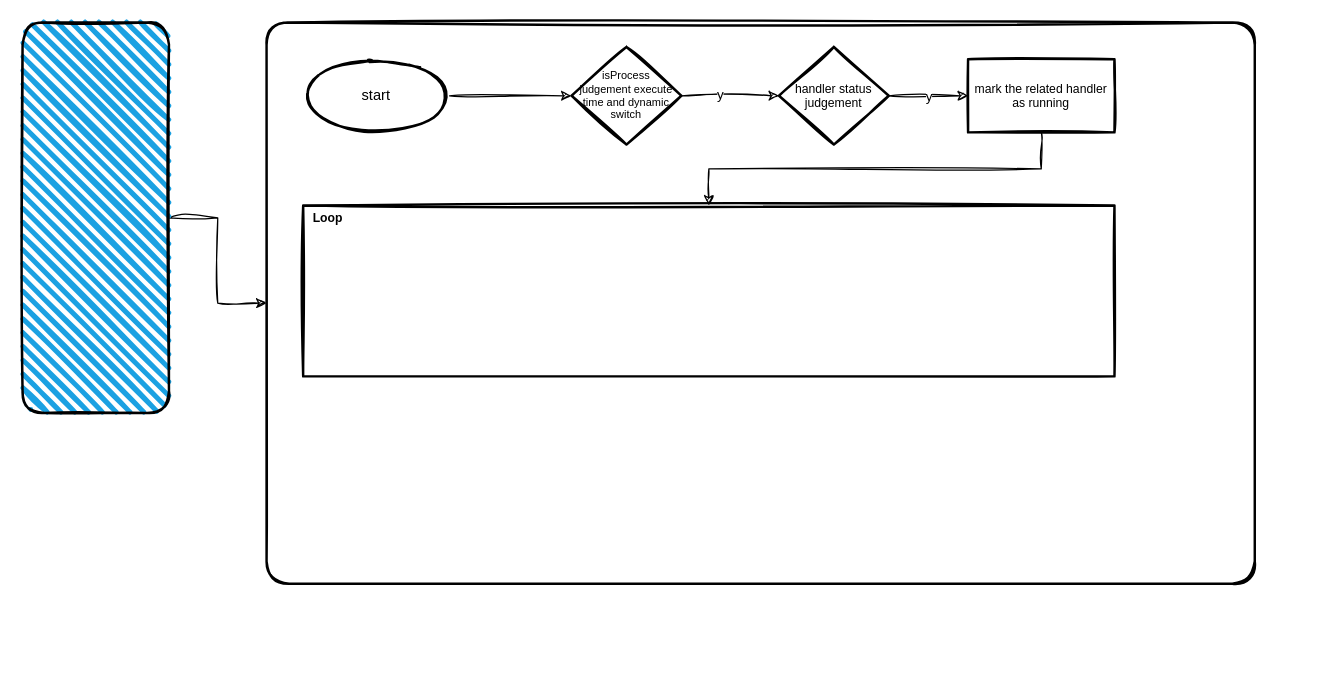
Before: PnL archive Diagram.drawio in liusiyu114/draw.io, a draw.io diagram. Source tidied: cells renumbered, new cells numbered last; positions are measured from the earlier drawing's top-left corner, leaving out a move shared by most shapes. Both pictures are drawn from the tidied source at 122%, with x=0, y=0 at pixel (22, 22).
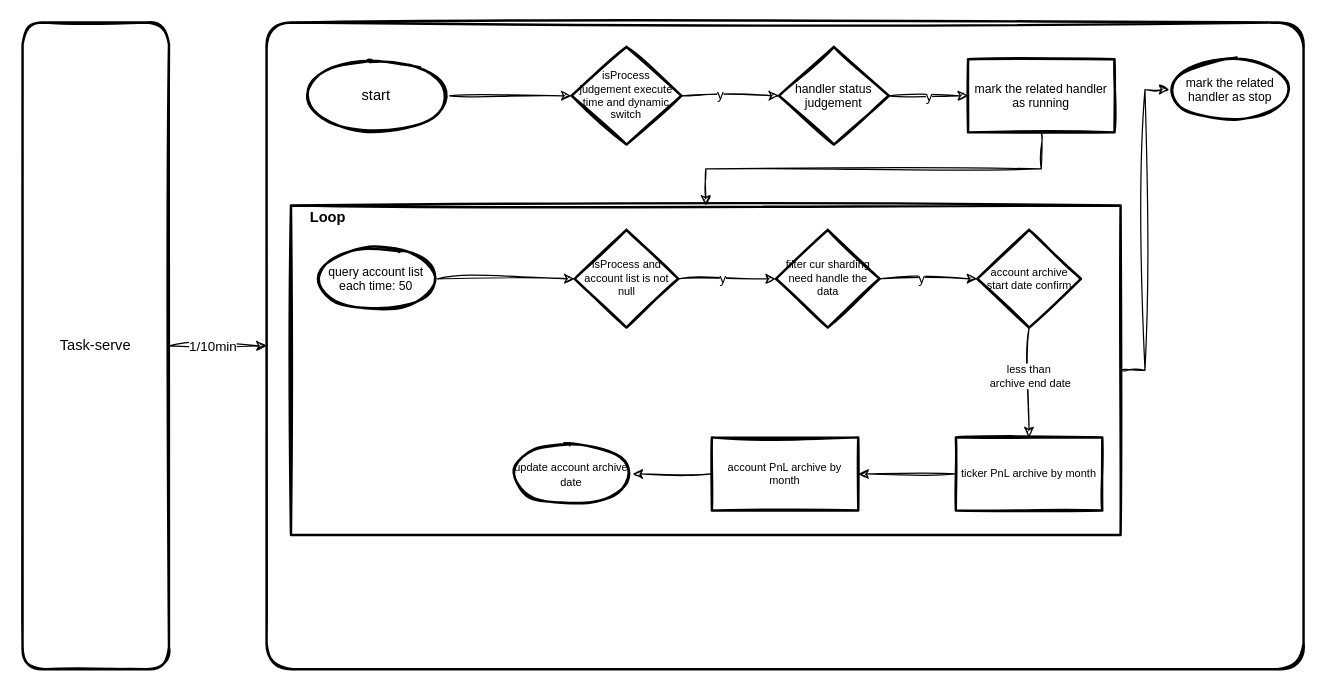
The same page after the edit.

Unchanged cells that the change refers to:
```xml
<mxCell id="2" style="edgeStyle=orthogonalEdgeStyle;rounded=0;jettySize=auto;html=1;sketch=1;curveFitting=1;jiggle=2;" parent="1" edge="1" source="3" target="4">
  <mxGeometry relative="1" as="geometry" />
</mxCell>
```

The edit, as a diff of the source:
```diff
@@
+    <mxCell id="17" value="1/10min" style="edgeLabel;html=1;align=center;verticalAlign=middle;" parent="2" vertex="1">
+      <mxGeometry x="-0.12" relative="1" as="geometry" />
+    </mxCell>
-    <mxCell id="3" style="rounded=1;whiteSpace=wrap;html=1;strokeWidth=2;fillWeight=4;hachureGap=8;hachureAngle=45;fillColor=#1ba1e2;sketch=1;" parent="1" vertex="1">
-      <mxGeometry width="120" height="320" as="geometry" />
+    <mxCell id="3" value="Task-serve" style="rounded=1;whiteSpace=wrap;html=1;strokeWidth=2;fillWeight=4;hachureGap=8;hachureAngle=45;fillColor=none;sketch=1;" parent="1" vertex="1">
+      <mxGeometry width="120" height="530" as="geometry" />
     </mxCell>
     <mxCell id="4" style="whiteSpace=wrap;html=1;fillColor=none;rounded=1;strokeWidth=2;fillWeight=4;hachureGap=8;hachureAngle=45;sketch=1;glass=0;shadow=0;arcSize=4;" parent="1" vertex="1">
-      <mxGeometry x="200" width="810" height="460" as="geometry" />
+      <mxGeometry x="200" width="850" height="530" as="geometry" />
     </mxCell>
@@
     <mxCell id="15" style="whiteSpace=wrap;html=1;fontSize=10;fillColor=none;strokeWidth=2;fillWeight=2;hachureGap=8;fillStyle=dots;sketch=1;" parent="1" vertex="1">
-      <mxGeometry x="230" y="150" width="665" height="140" as="geometry" />
+      <mxGeometry x="220" y="150" width="680" height="270" as="geometry" />
     </mxCell>
-    <mxCell id="16" value="Loop" style="text;strokeColor=none;fillColor=none;html=1;fontSize=10;fontStyle=1;verticalAlign=middle;align=center;" parent="1" vertex="1">
+    <mxCell id="16" value="Loop" style="text;strokeColor=none;fillColor=none;html=1;fontSize=12;fontStyle=1;verticalAlign=middle;align=center;" parent="1" vertex="1">
       <mxGeometry x="200" y="140" width="100" height="40" as="geometry" />
     </mxCell>
+    <mxCell id="18" style="edgeStyle=orthogonalEdgeStyle;rounded=0;jettySize=auto;html=1;flowAnimation=0;sketch=1;curveFitting=1;jiggle=2;" parent="1" edge="1" source="19" target="22">
+      <mxGeometry relative="1" as="geometry" />
+    </mxCell>
+    <mxCell id="19" value="query account list&lt;div style=&quot;font-size: 10px;&quot;&gt;each time: 50&lt;br style=&quot;font-size: 10px;&quot;&gt;&lt;/div&gt;" style="ellipse;whiteSpace=wrap;html=1;strokeWidth=2;fillWeight=2;hachureGap=8;fillColor=none;fillStyle=dots;sketch=1;fontSize=10;" parent="1" vertex="1">
+      <mxGeometry x="240" y="185" width="100" height="50" as="geometry" />
+    </mxCell>
+    <mxCell id="20" style="edgeStyle=orthogonalEdgeStyle;rounded=0;jettySize=auto;html=1;sketch=1;curveFitting=1;jiggle=2;" parent="1" edge="1" source="22" target="25">
+      <mxGeometry relative="1" as="geometry" />
+    </mxCell>
+    <mxCell id="21" value="y" style="edgeLabel;html=1;align=center;verticalAlign=middle;" parent="20" vertex="1">
+      <mxGeometry x="-0.09" y="1" relative="1" as="geometry" />
+    </mxCell>
+    <mxCell id="22" value="isProcess and account list is not null" style="rhombus;whiteSpace=wrap;html=1;fillColor=none;strokeWidth=2;fillWeight=2;hachureGap=8;fillStyle=dots;sketch=1;fontSize=9;" parent="1" vertex="1">
+      <mxGeometry x="452.5" y="170" width="85" height="80" as="geometry" />
+    </mxCell>
+    <mxCell id="23" style="edgeStyle=orthogonalEdgeStyle;rounded=0;jettySize=auto;html=1;sketch=1;curveFitting=1;jiggle=2;" parent="1" edge="1" source="25" target="28">
+      <mxGeometry relative="1" as="geometry" />
+    </mxCell>
+    <mxCell id="24" value="y" style="edgeLabel;html=1;align=center;verticalAlign=middle;" parent="23" vertex="1">
+      <mxGeometry x="-0.16" y="1" relative="1" as="geometry" />
+    </mxCell>
+    <mxCell id="25" value="filter cur sharding need handle the data" style="rhombus;whiteSpace=wrap;html=1;fillColor=none;strokeWidth=2;fillWeight=2;hachureGap=8;fillStyle=dots;sketch=1;fontSize=9;" parent="1" vertex="1">
+      <mxGeometry x="617.5" y="170" width="85" height="80" as="geometry" />
+    </mxCell>
+    <mxCell id="26" style="edgeStyle=orthogonalEdgeStyle;rounded=0;jettySize=auto;html=1;sketch=1;curveFitting=1;jiggle=2;" parent="1" edge="1" source="28" target="30">
+      <mxGeometry relative="1" as="geometry" />
+    </mxCell>
+    <mxCell id="27" value="less than&amp;nbsp;&lt;div style=&quot;font-size: 9px;&quot;&gt;archive end date&lt;/div&gt;" style="edgeLabel;html=1;align=center;verticalAlign=middle;fontSize=9;" parent="26" vertex="1">
+      <mxGeometry x="-0.13" relative="1" as="geometry" />
+    </mxCell>
+    <mxCell id="28" value="account archive start date confirm" style="rhombus;whiteSpace=wrap;html=1;fillColor=none;strokeWidth=2;fillWeight=2;hachureGap=8;fillStyle=dots;sketch=1;fontSize=9;" parent="1" vertex="1">
+      <mxGeometry x="782.5" y="170" width="85" height="80" as="geometry" />
+    </mxCell>
+    <mxCell id="29" style="edgeStyle=orthogonalEdgeStyle;rounded=0;jettySize=auto;html=1;sketch=1;curveFitting=1;jiggle=2;" parent="1" edge="1" source="30" target="31">
+      <mxGeometry relative="1" as="geometry" />
+    </mxCell>
+    <mxCell id="30" value="ticker PnL archive by month" style="whiteSpace=wrap;html=1;fontSize=9;fillColor=none;strokeWidth=2;fillWeight=2;hachureGap=8;fillStyle=dots;sketch=1;" parent="1" vertex="1">
+      <mxGeometry x="765" y="340" width="120" height="60" as="geometry" />
+    </mxCell>
+    <mxCell id="31" value="account PnL archive by month" style="whiteSpace=wrap;html=1;fontSize=9;fillColor=none;strokeWidth=2;fillWeight=2;hachureGap=8;fillStyle=dots;sketch=1;" parent="1" vertex="1">
+      <mxGeometry x="565" y="340" width="120" height="60" as="geometry" />
+    </mxCell>
+    <mxCell id="32" style="edgeStyle=orthogonalEdgeStyle;rounded=0;jettySize=auto;html=1;sketch=1;curveFitting=1;jiggle=2;exitX=0;exitY=0.5;exitDx=0;exitDy=0;" parent="1" edge="1" source="31" target="33">
+      <mxGeometry relative="1" as="geometry" />
+    </mxCell>
+    <mxCell id="33" value="&lt;div style=&quot;font-size: 10px;&quot;&gt;&lt;span style=&quot;font-size: 9px;&quot;&gt;update account archive date&lt;/span&gt;&lt;br&gt;&lt;/div&gt;" style="ellipse;whiteSpace=wrap;html=1;strokeWidth=2;fillWeight=2;hachureGap=8;fillColor=none;fillStyle=dots;sketch=1;fontSize=10;" parent="1" vertex="1">
+      <mxGeometry x="400" y="345" width="100" height="50" as="geometry" />
+    </mxCell>
+    <mxCell id="34" value="&lt;div style=&quot;font-size: 10px;&quot;&gt;mark the related handler as stop&lt;br&gt;&lt;/div&gt;" style="ellipse;whiteSpace=wrap;html=1;strokeWidth=2;fillWeight=2;hachureGap=8;fillColor=none;fillStyle=dots;sketch=1;fontSize=10;" parent="1" vertex="1">
+      <mxGeometry x="940" y="30" width="100" height="50" as="geometry" />
+    </mxCell>
+    <mxCell id="35" style="edgeStyle=orthogonalEdgeStyle;rounded=0;jettySize=auto;html=1;sketch=1;curveFitting=1;jiggle=2;exitX=1;exitY=0.5;exitDx=0;exitDy=0;entryX=0;entryY=0.5;entryDx=0;entryDy=0;" parent="1" edge="1" source="15" target="34">
+      <mxGeometry relative="1" as="geometry" />
+    </mxCell>
```
